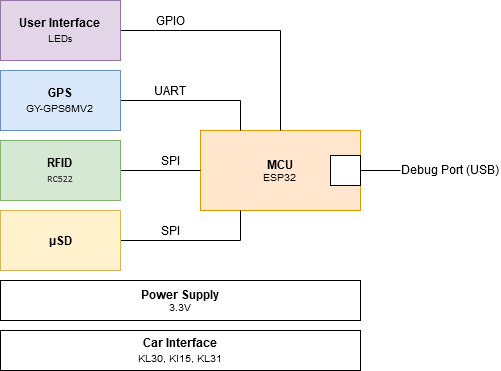
The draw.io diagram documentation/CarSharingSystem.png in 3pleL/CarSharingSystem, before a commit. Source tidied: cells renumbered, new cells last; positions are measured from the earlier drawing's top-left corner, leaving out a move shared by most shapes. The source it was exported from:
```xml
<mxGraphModel>
  <root>
    <mxCell id="0" />
    <mxCell id="1" parent="0" />
    <mxCell id="2" value="&lt;div&gt;&lt;b&gt;MCU&lt;/b&gt;&lt;/div&gt;&lt;div style=&quot;font-size: 10px&quot;&gt;ESP32&lt;b&gt;&lt;br&gt;&lt;/b&gt;&lt;/div&gt;" style="rounded=0;whiteSpace=wrap;html=1;fillColor=#ffe6cc;strokeColor=#d79b00;" parent="1" vertex="1">
      <mxGeometry x="200" y="130" width="160" height="80" as="geometry" />
    </mxCell>
    <mxCell id="3" style="edgeStyle=orthogonalEdgeStyle;rounded=0;jettySize=auto;html=1;exitX=1;exitY=0.5;exitDx=0;exitDy=0;entryX=0.25;entryY=0;entryDx=0;entryDy=0;endArrow=none;endFill=0;" parent="1" edge="1" source="4" target="2">
      <mxGeometry relative="1" as="geometry" />
    </mxCell>
    <mxCell id="4" value="&lt;div&gt;&lt;b&gt;GPS&lt;/b&gt;&lt;/div&gt;&lt;div&gt;&lt;font style=&quot;font-size: 10px&quot;&gt;GY-GPS6MV2&lt;/font&gt;&lt;br&gt;&lt;/div&gt;" style="rounded=0;whiteSpace=wrap;html=1;fillColor=#dae8fc;strokeColor=#6c8ebf;" parent="1" vertex="1">
      <mxGeometry y="70" width="120" height="60" as="geometry" />
    </mxCell>
    <mxCell id="5" style="edgeStyle=orthogonalEdgeStyle;rounded=0;jettySize=auto;html=1;exitX=1;exitY=0.5;exitDx=0;exitDy=0;entryX=0;entryY=0.5;entryDx=0;entryDy=0;endArrow=none;endFill=0;" parent="1" edge="1" source="6" target="2">
      <mxGeometry relative="1" as="geometry" />
    </mxCell>
    <mxCell id="6" value="&lt;div&gt;&lt;b&gt;RFID&lt;/b&gt;&lt;/div&gt;&lt;div&gt;&lt;font style=&quot;font-family: &amp;#34;arial&amp;#34;&quot; size=&quot;1&quot;&gt;&lt;font style=&quot;font-family: &amp;#34;arial&amp;#34;&quot;&gt;&lt;span style=&quot;font-family: &amp;#34;calibri&amp;#34; ; color: rgb(59 , 56 , 56)&quot;&gt;RC522&lt;/span&gt;&lt;/font&gt;&lt;/font&gt;&lt;/div&gt;" style="rounded=0;whiteSpace=wrap;html=1;fillColor=#d5e8d4;strokeColor=#82b366;" parent="1" vertex="1">
      <mxGeometry y="140" width="120" height="60" as="geometry" />
    </mxCell>
    <mxCell id="7" style="edgeStyle=orthogonalEdgeStyle;rounded=0;jettySize=auto;html=1;exitX=1;exitY=0.5;exitDx=0;exitDy=0;entryX=0.25;entryY=1;entryDx=0;entryDy=0;endArrow=none;endFill=0;" parent="1" edge="1" source="8" target="2">
      <mxGeometry relative="1" as="geometry" />
    </mxCell>
    <mxCell id="8" value="&lt;b&gt;µSD&lt;/b&gt;" style="rounded=0;whiteSpace=wrap;html=1;fillColor=#fff2cc;strokeColor=#d6b656;" parent="1" vertex="1">
      <mxGeometry y="210" width="120" height="60" as="geometry" />
    </mxCell>
    <mxCell id="9" value="UART" style="text;html=1;strokeColor=none;fillColor=none;align=center;verticalAlign=middle;whiteSpace=wrap;rounded=0;" parent="1" vertex="1">
      <mxGeometry x="150" y="80" width="40" height="20" as="geometry" />
    </mxCell>
    <mxCell id="10" value="SPI" style="text;html=1;strokeColor=none;fillColor=none;align=center;verticalAlign=middle;whiteSpace=wrap;rounded=0;" parent="1" vertex="1">
      <mxGeometry x="150" y="150" width="40" height="20" as="geometry" />
    </mxCell>
    <mxCell id="11" value="SPI" style="text;html=1;strokeColor=none;fillColor=none;align=center;verticalAlign=middle;whiteSpace=wrap;rounded=0;" parent="1" vertex="1">
      <mxGeometry x="150" y="220" width="40" height="20" as="geometry" />
    </mxCell>
    <mxCell id="12" value="&lt;div&gt;&lt;b&gt;Power Supply&lt;/b&gt;&lt;/div&gt;&lt;div style=&quot;font-size: 10px&quot;&gt;3.3V&lt;br&gt;&lt;/div&gt;" style="rounded=0;whiteSpace=wrap;html=1;" parent="1" vertex="1">
      <mxGeometry y="280" width="360" height="40" as="geometry" />
    </mxCell>
    <mxCell id="13" style="edgeStyle=orthogonalEdgeStyle;rounded=0;jettySize=auto;html=1;exitX=1;exitY=0.5;exitDx=0;exitDy=0;entryX=0;entryY=0.5;entryDx=0;entryDy=0;endArrow=none;endFill=0;" parent="1" edge="1" source="14" target="18">
      <mxGeometry relative="1" as="geometry" />
    </mxCell>
    <mxCell id="14" style="rounded=0;whiteSpace=wrap;html=1;" parent="1" vertex="1">
      <mxGeometry x="330" y="155" width="30" height="30" as="geometry" />
    </mxCell>
    <mxCell id="15" style="edgeStyle=orthogonalEdgeStyle;rounded=0;jettySize=auto;html=1;exitX=1;exitY=0.5;exitDx=0;exitDy=0;entryX=0.5;entryY=0;entryDx=0;entryDy=0;endArrow=none;endFill=0;" parent="1" edge="1" source="16" target="2">
      <mxGeometry relative="1" as="geometry" />
    </mxCell>
    <mxCell id="16" value="&lt;b&gt;User Interface&lt;/b&gt;&lt;br&gt;&lt;font style=&quot;font-size: 10px&quot;&gt;LEDs&lt;/font&gt;" style="rounded=0;whiteSpace=wrap;html=1;fillColor=#e1d5e7;strokeColor=#9673a6;" parent="1" vertex="1">
      <mxGeometry width="120" height="60" as="geometry" />
    </mxCell>
    <mxCell id="17" value="GPIO" style="text;html=1;strokeColor=none;fillColor=none;align=center;verticalAlign=middle;whiteSpace=wrap;rounded=0;" parent="1" vertex="1">
      <mxGeometry x="150" y="10" width="40" height="20" as="geometry" />
    </mxCell>
    <mxCell id="18" value="Debug Port (USB)" style="text;html=1;strokeColor=none;fillColor=none;align=center;verticalAlign=middle;whiteSpace=wrap;rounded=0;spacingBottom=2;" parent="1" vertex="1">
      <mxGeometry x="400" y="160" width="100" height="20" as="geometry" />
    </mxCell>
    <mxCell id="19" value="&lt;div&gt;&lt;b&gt;Car Interface&lt;/b&gt;&lt;/div&gt;&lt;div&gt;&lt;font style=&quot;font-size: 10px&quot;&gt;KL30, Kl15, KL31&lt;/font&gt;&lt;br&gt;&lt;/div&gt;" style="rounded=0;whiteSpace=wrap;html=1;" parent="1" vertex="1">
      <mxGeometry y="330" width="360" height="40" as="geometry" />
    </mxCell>
  </root>
</mxGraphModel>
```
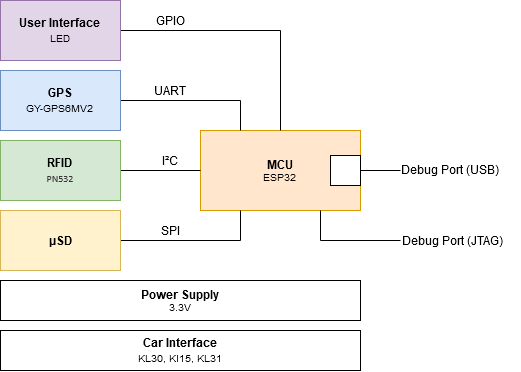
Above is the later version.

The edit, as a diff of the source:
```diff
@@ -14,7 +14,7 @@
     <mxCell id="5" style="edgeStyle=orthogonalEdgeStyle;rounded=0;jettySize=auto;html=1;exitX=1;exitY=0.5;exitDx=0;exitDy=0;entryX=0;entryY=0.5;entryDx=0;entryDy=0;endArrow=none;endFill=0;" parent="1" edge="1" source="6" target="2">
       <mxGeometry relative="1" as="geometry" />
     </mxCell>
-    <mxCell id="6" value="&lt;div&gt;&lt;b&gt;RFID&lt;/b&gt;&lt;/div&gt;&lt;div&gt;&lt;font style=&quot;font-family: &amp;#34;arial&amp;#34;&quot; size=&quot;1&quot;&gt;&lt;font style=&quot;font-family: &amp;#34;arial&amp;#34;&quot;&gt;&lt;span style=&quot;font-family: &amp;#34;calibri&amp;#34; ; color: rgb(59 , 56 , 56)&quot;&gt;RC522&lt;/span&gt;&lt;/font&gt;&lt;/font&gt;&lt;/div&gt;" style="rounded=0;whiteSpace=wrap;html=1;fillColor=#d5e8d4;strokeColor=#82b366;" parent="1" vertex="1">
+    <mxCell id="6" value="&lt;div&gt;&lt;b&gt;RFID&lt;/b&gt;&lt;/div&gt;&lt;div&gt;&lt;font style=&quot;font-family: &amp;#34;arial&amp;#34;&quot; size=&quot;1&quot;&gt;&lt;font style=&quot;font-family: &amp;#34;arial&amp;#34;&quot;&gt;&lt;span style=&quot;font-family: &amp;#34;calibri&amp;#34; ; color: rgb(59 , 56 , 56)&quot;&gt;PN532&lt;/span&gt;&lt;/font&gt;&lt;/font&gt;&lt;/div&gt;" style="rounded=0;whiteSpace=wrap;html=1;fillColor=#d5e8d4;strokeColor=#82b366;" parent="1" vertex="1">
       <mxGeometry y="140" width="120" height="60" as="geometry" />
     </mxCell>
     <mxCell id="7" style="edgeStyle=orthogonalEdgeStyle;rounded=0;jettySize=auto;html=1;exitX=1;exitY=0.5;exitDx=0;exitDy=0;entryX=0.25;entryY=1;entryDx=0;entryDy=0;endArrow=none;endFill=0;" parent="1" edge="1" source="8" target="2">
@@ -26,7 +26,7 @@
     <mxCell id="9" value="UART" style="text;html=1;strokeColor=none;fillColor=none;align=center;verticalAlign=middle;whiteSpace=wrap;rounded=0;" parent="1" vertex="1">
       <mxGeometry x="150" y="80" width="40" height="20" as="geometry" />
     </mxCell>
-    <mxCell id="10" value="SPI" style="text;html=1;strokeColor=none;fillColor=none;align=center;verticalAlign=middle;whiteSpace=wrap;rounded=0;" parent="1" vertex="1">
+    <mxCell id="10" value="I²C" style="text;html=1;strokeColor=none;fillColor=none;align=center;verticalAlign=middle;whiteSpace=wrap;rounded=0;" parent="1" vertex="1">
       <mxGeometry x="150" y="150" width="40" height="20" as="geometry" />
     </mxCell>
     <mxCell id="11" value="SPI" style="text;html=1;strokeColor=none;fillColor=none;align=center;verticalAlign=middle;whiteSpace=wrap;rounded=0;" parent="1" vertex="1">
@@ -44,7 +44,7 @@
     <mxCell id="15" style="edgeStyle=orthogonalEdgeStyle;rounded=0;jettySize=auto;html=1;exitX=1;exitY=0.5;exitDx=0;exitDy=0;entryX=0.5;entryY=0;entryDx=0;entryDy=0;endArrow=none;endFill=0;" parent="1" edge="1" source="16" target="2">
       <mxGeometry relative="1" as="geometry" />
     </mxCell>
-    <mxCell id="16" value="&lt;b&gt;User Interface&lt;/b&gt;&lt;br&gt;&lt;font style=&quot;font-size: 10px&quot;&gt;LEDs&lt;/font&gt;" style="rounded=0;whiteSpace=wrap;html=1;fillColor=#e1d5e7;strokeColor=#9673a6;" parent="1" vertex="1">
+    <mxCell id="16" value="&lt;b&gt;User Interface&lt;/b&gt;&lt;br&gt;&lt;font style=&quot;font-size: 10px&quot;&gt;LED&lt;/font&gt;" style="rounded=0;whiteSpace=wrap;html=1;fillColor=#e1d5e7;strokeColor=#9673a6;" parent="1" vertex="1">
       <mxGeometry width="120" height="60" as="geometry" />
     </mxCell>
     <mxCell id="17" value="GPIO" style="text;html=1;strokeColor=none;fillColor=none;align=center;verticalAlign=middle;whiteSpace=wrap;rounded=0;" parent="1" vertex="1">
@@ -56,5 +56,11 @@
     <mxCell id="19" value="&lt;div&gt;&lt;b&gt;Car Interface&lt;/b&gt;&lt;/div&gt;&lt;div&gt;&lt;font style=&quot;font-size: 10px&quot;&gt;KL30, Kl15, KL31&lt;/font&gt;&lt;br&gt;&lt;/div&gt;" style="rounded=0;whiteSpace=wrap;html=1;" parent="1" vertex="1">
       <mxGeometry y="330" width="360" height="40" as="geometry" />
     </mxCell>
+    <mxCell id="20" style="edgeStyle=orthogonalEdgeStyle;rounded=0;jettySize=auto;html=1;exitX=0;exitY=0.5;exitDx=0;exitDy=0;entryX=0.75;entryY=1;entryDx=0;entryDy=0;endArrow=none;endFill=0;" parent="1" edge="1" source="21" target="2">
+      <mxGeometry relative="1" as="geometry" />
+    </mxCell>
+    <mxCell id="21" value="Debug Port (JTAG)" style="text;html=1;strokeColor=none;fillColor=none;align=left;verticalAlign=middle;whiteSpace=wrap;rounded=0;" parent="1" vertex="1">
+      <mxGeometry x="400" y="230" width="120" height="20" as="geometry" />
+    </mxCell>
   </root>
 </mxGraphModel>
```
